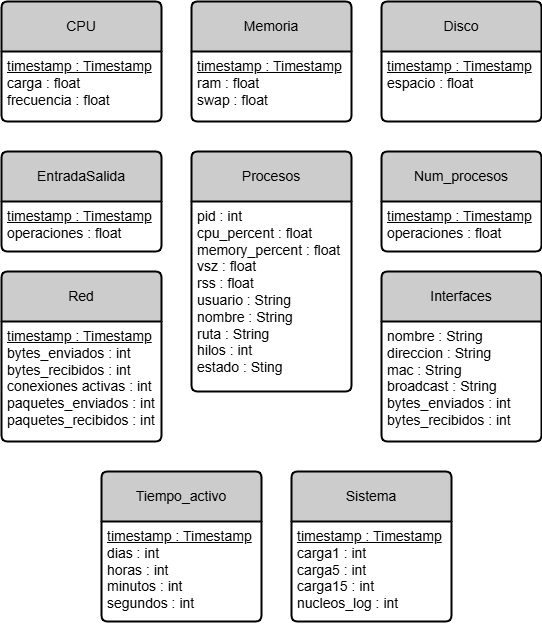
Before: latex/Práctica1_ Grafana/DiagramaDB.png, a diagram exported from draw.io (Diesanz/Grafan_project). Source tidied: cells renumbered, new cells last; positions are measured from the earlier drawing's top-left corner, leaving out a move shared by most shapes. The source it was exported from:
```xml
<mxGraphModel>
  <root>
    <mxCell id="0" />
    <mxCell id="1" parent="0" />
    <mxCell id="2" value="CPU" style="swimlane;horizontal=1;startSize=50;rounded=1;fontSize=14;fontStyle=0;strokeWidth=2;shadow=0;dashed=0;align=center;arcSize=4;whiteSpace=wrap;html=1;fillColor=light-dark(#cccccc, #ededed);" parent="1" vertex="1">
      <mxGeometry width="160" height="120" as="geometry" />
    </mxCell>
    <mxCell id="3" value="&lt;font style=&quot;font-size: 14px;&quot;&gt;&lt;u&gt;timestamp : Timestamp&lt;/u&gt;&lt;br&gt;carga : float&lt;br&gt;frecuencia : float&lt;/font&gt;" style="align=left;strokeColor=none;fillColor=none;spacingLeft=4;fontSize=12;verticalAlign=top;html=1;" parent="2" vertex="1">
      <mxGeometry y="50" width="160" height="70" as="geometry" />
    </mxCell>
    <mxCell id="4" value="Memoria" style="swimlane;horizontal=1;startSize=50;rounded=1;fontSize=14;fontStyle=0;strokeWidth=2;shadow=0;dashed=0;align=center;arcSize=4;whiteSpace=wrap;html=1;fillColor=light-dark(#cccccc, #ededed);" parent="1" vertex="1">
      <mxGeometry x="190" width="160" height="120" as="geometry" />
    </mxCell>
    <mxCell id="5" value="&lt;font style=&quot;font-size: 14px;&quot;&gt;&lt;u&gt;timestamp : Timestamp&lt;/u&gt;&lt;br&gt;ram : float&lt;br&gt;swap : float&lt;/font&gt;" style="align=left;strokeColor=none;fillColor=none;spacingLeft=4;fontSize=12;verticalAlign=top;html=1;" parent="4" vertex="1">
      <mxGeometry y="50" width="160" height="70" as="geometry" />
    </mxCell>
    <mxCell id="6" value="Disco" style="swimlane;horizontal=1;startSize=50;rounded=1;fontSize=14;fontStyle=0;strokeWidth=2;shadow=0;dashed=0;align=center;arcSize=4;whiteSpace=wrap;html=1;fillColor=light-dark(#cccccc, #ededed);" parent="1" vertex="1">
      <mxGeometry x="380" width="160" height="120" as="geometry" />
    </mxCell>
    <mxCell id="7" value="&lt;font style=&quot;font-size: 14px;&quot;&gt;&lt;u&gt;timestamp : Timestamp&lt;/u&gt;&lt;br&gt;espacio : float&lt;br&gt;&lt;br&gt;&lt;/font&gt;" style="align=left;strokeColor=none;fillColor=none;spacingLeft=4;fontSize=12;verticalAlign=top;html=1;" parent="6" vertex="1">
      <mxGeometry y="50" width="160" height="70" as="geometry" />
    </mxCell>
    <mxCell id="8" value="EntradaSalida" style="swimlane;horizontal=1;startSize=50;rounded=1;fontSize=14;fontStyle=0;strokeWidth=2;shadow=0;dashed=0;align=center;arcSize=4;whiteSpace=wrap;html=1;fillColor=light-dark(#cccccc, #ededed);" parent="1" vertex="1">
      <mxGeometry y="150" width="160" height="100" as="geometry" />
    </mxCell>
    <mxCell id="9" value="&lt;font style=&quot;font-size: 14px;&quot;&gt;&lt;u&gt;timestamp : Timestamp&lt;/u&gt;&lt;br&gt;operaciones : float&lt;br&gt;&lt;br&gt;&lt;/font&gt;" style="align=left;strokeColor=none;fillColor=none;spacingLeft=4;fontSize=12;verticalAlign=top;html=1;" parent="8" vertex="1">
      <mxGeometry y="50" width="160" height="50" as="geometry" />
    </mxCell>
    <mxCell id="10" value="Num_procesos" style="swimlane;horizontal=1;startSize=50;rounded=1;fontSize=14;fontStyle=0;strokeWidth=2;shadow=0;dashed=0;align=center;arcSize=4;whiteSpace=wrap;html=1;fillColor=light-dark(#cccccc, #ededed);" parent="1" vertex="1">
      <mxGeometry x="380" y="150" width="160" height="100" as="geometry" />
    </mxCell>
    <mxCell id="11" value="&lt;font style=&quot;font-size: 14px;&quot;&gt;&lt;u&gt;timestamp : Timestamp&lt;/u&gt;&lt;br&gt;operaciones : float&lt;br&gt;&lt;br&gt;&lt;/font&gt;" style="align=left;strokeColor=none;fillColor=none;spacingLeft=4;fontSize=12;verticalAlign=top;html=1;" parent="10" vertex="1">
      <mxGeometry y="50" width="160" height="50" as="geometry" />
    </mxCell>
    <mxCell id="12" value="Procesos" style="swimlane;horizontal=1;startSize=50;rounded=1;fontSize=14;fontStyle=0;strokeWidth=2;shadow=0;dashed=0;align=center;arcSize=4;whiteSpace=wrap;html=1;fillColor=light-dark(#cccccc, #ededed);" parent="1" vertex="1">
      <mxGeometry x="190" y="150" width="160" height="240" as="geometry" />
    </mxCell>
    <mxCell id="13" value="&lt;font style=&quot;font-size: 14px;&quot;&gt;pid : int&lt;/font&gt;&lt;div&gt;&lt;font style=&quot;font-size: 14px;&quot;&gt;cpu_percent : float&lt;/font&gt;&lt;/div&gt;&lt;div&gt;&lt;font style=&quot;font-size: 14px;&quot;&gt;memory_percent : float&lt;/font&gt;&lt;/div&gt;&lt;div&gt;&lt;font style=&quot;font-size: 14px;&quot;&gt;vsz : float&lt;/font&gt;&lt;/div&gt;&lt;div&gt;&lt;font style=&quot;font-size: 14px;&quot;&gt;rss : float&lt;/font&gt;&lt;/div&gt;&lt;div&gt;&lt;font style=&quot;font-size: 14px;&quot;&gt;usuario : String&lt;/font&gt;&lt;/div&gt;&lt;div&gt;&lt;font style=&quot;font-size: 14px;&quot;&gt;nombre : String&lt;/font&gt;&lt;/div&gt;&lt;div&gt;&lt;font style=&quot;font-size: 14px;&quot;&gt;ruta : String&lt;/font&gt;&lt;/div&gt;&lt;div&gt;&lt;font style=&quot;font-size: 14px;&quot;&gt;hilos : int&lt;/font&gt;&lt;/div&gt;&lt;div&gt;&lt;font style=&quot;font-size: 14px;&quot;&gt;estado : Sting&lt;br&gt;&lt;br&gt;&lt;/font&gt;&lt;/div&gt;" style="align=left;strokeColor=none;fillColor=none;spacingLeft=4;fontSize=12;verticalAlign=top;html=1;" parent="12" vertex="1">
      <mxGeometry y="50" width="160" height="190" as="geometry" />
    </mxCell>
    <mxCell id="14" value="Red" style="swimlane;horizontal=1;startSize=50;rounded=1;fontSize=14;fontStyle=0;strokeWidth=2;shadow=0;dashed=0;align=center;arcSize=4;whiteSpace=wrap;html=1;fillColor=light-dark(#cccccc, #ededed);" parent="1" vertex="1">
      <mxGeometry y="270" width="160" height="170" as="geometry" />
    </mxCell>
    <mxCell id="15" value="&lt;font style=&quot;font-size: 14px;&quot;&gt;&lt;u&gt;timestamp : Timestamp&lt;/u&gt;&lt;br&gt;bytes_enviados : int&lt;/font&gt;&lt;div&gt;&lt;font style=&quot;font-size: 14px;&quot;&gt;bytes_recibidos : int&lt;/font&gt;&lt;/div&gt;&lt;div&gt;&lt;font style=&quot;font-size: 14px;&quot;&gt;conexiones activas : int&lt;/font&gt;&lt;/div&gt;&lt;div&gt;&lt;font style=&quot;font-size: 14px;&quot;&gt;paquetes_enviados : int&lt;/font&gt;&lt;/div&gt;&lt;div&gt;&lt;font style=&quot;font-size: 14px;&quot;&gt;paquetes_recibidos : int&lt;/font&gt;&lt;/div&gt;&lt;div&gt;&lt;font style=&quot;font-size: 14px;&quot;&gt;&lt;br&gt;&lt;/font&gt;&lt;/div&gt;" style="align=left;strokeColor=none;fillColor=none;spacingLeft=4;fontSize=12;verticalAlign=top;html=1;" parent="14" vertex="1">
      <mxGeometry y="50" width="160" height="120" as="geometry" />
    </mxCell>
    <mxCell id="16" value="Interfaces" style="swimlane;horizontal=1;startSize=50;rounded=1;fontSize=14;fontStyle=0;strokeWidth=2;shadow=0;dashed=0;align=center;arcSize=4;whiteSpace=wrap;html=1;fillColor=light-dark(#cccccc, #ededed);" parent="1" vertex="1">
      <mxGeometry x="380" y="270" width="160" height="170" as="geometry" />
    </mxCell>
    <mxCell id="17" value="&lt;font style=&quot;font-size: 14px;&quot;&gt;nombre : String&lt;/font&gt;&lt;div&gt;&lt;font style=&quot;font-size: 14px;&quot;&gt;direccion : String&lt;/font&gt;&lt;/div&gt;&lt;div&gt;&lt;font style=&quot;font-size: 14px;&quot;&gt;mac : String&lt;/font&gt;&lt;/div&gt;&lt;div&gt;&lt;font style=&quot;font-size: 14px;&quot;&gt;broadcast : String&lt;/font&gt;&lt;/div&gt;&lt;div&gt;&lt;font style=&quot;font-size: 14px;&quot;&gt;bytes_enviados : int&lt;/font&gt;&lt;/div&gt;&lt;div&gt;&lt;font style=&quot;font-size: 14px;&quot;&gt;bytes_recibidos : int&lt;/font&gt;&lt;/div&gt;&lt;div&gt;&lt;font style=&quot;font-size: 14px;&quot;&gt;&lt;br&gt;&lt;/font&gt;&lt;/div&gt;" style="align=left;strokeColor=none;fillColor=none;spacingLeft=4;fontSize=12;verticalAlign=top;html=1;" parent="16" vertex="1">
      <mxGeometry y="50" width="160" height="120" as="geometry" />
    </mxCell>
    <mxCell id="18" value="Tiempo_activo" style="swimlane;horizontal=1;startSize=50;rounded=1;fontSize=14;fontStyle=0;strokeWidth=2;shadow=0;dashed=0;align=center;arcSize=4;whiteSpace=wrap;html=1;fillColor=light-dark(#cccccc, #ededed);" parent="1" vertex="1">
      <mxGeometry x="100" y="470" width="160" height="150" as="geometry" />
    </mxCell>
    <mxCell id="19" value="&lt;font style=&quot;font-size: 14px;&quot;&gt;&lt;u&gt;timestamp : Timestamp&lt;/u&gt;&lt;br&gt;dias : int&lt;/font&gt;&lt;div&gt;&lt;font style=&quot;font-size: 14px;&quot;&gt;horas : int&lt;/font&gt;&lt;/div&gt;&lt;div&gt;&lt;font style=&quot;font-size: 14px;&quot;&gt;minutos : int&lt;/font&gt;&lt;/div&gt;&lt;div&gt;&lt;font style=&quot;font-size: 14px;&quot;&gt;segundos : int&lt;/font&gt;&lt;/div&gt;&lt;div&gt;&lt;font style=&quot;font-size: 14px;&quot;&gt;&lt;br&gt;&lt;/font&gt;&lt;/div&gt;" style="align=left;strokeColor=none;fillColor=none;spacingLeft=4;fontSize=12;verticalAlign=top;html=1;" parent="18" vertex="1">
      <mxGeometry y="50" width="160" height="100" as="geometry" />
    </mxCell>
    <mxCell id="20" value="Sistema" style="swimlane;horizontal=1;startSize=50;rounded=1;fontSize=14;fontStyle=0;strokeWidth=2;shadow=0;dashed=0;align=center;arcSize=4;whiteSpace=wrap;html=1;fillColor=light-dark(#cccccc, #ededed);" parent="1" vertex="1">
      <mxGeometry x="290" y="470" width="160" height="150" as="geometry" />
    </mxCell>
    <mxCell id="21" value="&lt;font style=&quot;font-size: 14px;&quot;&gt;&lt;u&gt;timestamp : Timestamp&lt;/u&gt;&lt;br&gt;carga1 : int&lt;/font&gt;&lt;div&gt;&lt;font style=&quot;font-size: 14px;&quot;&gt;carga5 : int&lt;/font&gt;&lt;/div&gt;&lt;div&gt;&lt;font style=&quot;font-size: 14px;&quot;&gt;carga15 : int&lt;/font&gt;&lt;/div&gt;&lt;div&gt;&lt;font style=&quot;font-size: 14px;&quot;&gt;nucleos_log : int&lt;/font&gt;&lt;/div&gt;&lt;div&gt;&lt;font style=&quot;font-size: 14px;&quot;&gt;&lt;br&gt;&lt;/font&gt;&lt;/div&gt;" style="align=left;strokeColor=none;fillColor=none;spacingLeft=4;fontSize=12;verticalAlign=top;html=1;" parent="20" vertex="1">
      <mxGeometry y="50" width="160" height="100" as="geometry" />
    </mxCell>
  </root>
</mxGraphModel>
```
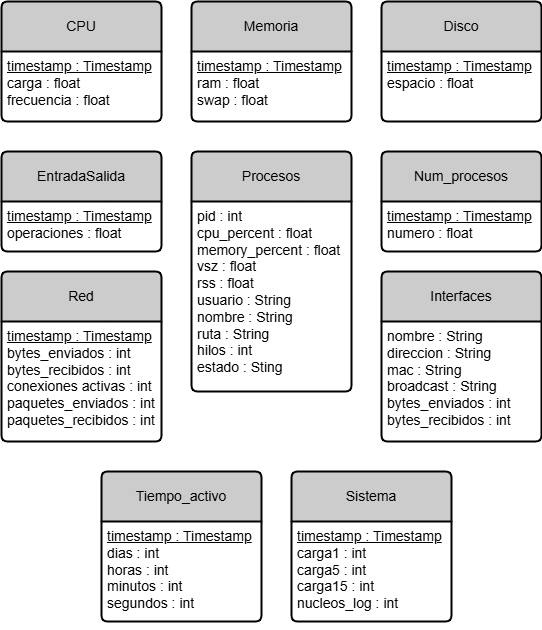
The same file after the commit.

Commit message:
Algunos retoques de los míos y también incoherencias por mi parte. Mas o menos estaría (creo)

What changed in the source:
```diff
@@ -29,7 +29,7 @@
     <mxCell id="10" value="Num_procesos" style="swimlane;horizontal=1;startSize=50;rounded=1;fontSize=14;fontStyle=0;strokeWidth=2;shadow=0;dashed=0;align=center;arcSize=4;whiteSpace=wrap;html=1;fillColor=light-dark(#cccccc, #ededed);" parent="1" vertex="1">
       <mxGeometry x="380" y="150" width="160" height="100" as="geometry" />
     </mxCell>
-    <mxCell id="11" value="&lt;font style=&quot;font-size: 14px;&quot;&gt;&lt;u&gt;timestamp : Timestamp&lt;/u&gt;&lt;br&gt;operaciones : float&lt;br&gt;&lt;br&gt;&lt;/font&gt;" style="align=left;strokeColor=none;fillColor=none;spacingLeft=4;fontSize=12;verticalAlign=top;html=1;" parent="10" vertex="1">
+    <mxCell id="11" value="&lt;font style=&quot;font-size: 14px;&quot;&gt;&lt;u&gt;timestamp : Timestamp&lt;/u&gt;&lt;br&gt;numero : float&lt;br&gt;&lt;br&gt;&lt;/font&gt;" style="align=left;strokeColor=none;fillColor=none;spacingLeft=4;fontSize=12;verticalAlign=top;html=1;" parent="10" vertex="1">
       <mxGeometry y="50" width="160" height="50" as="geometry" />
     </mxCell>
     <mxCell id="12" value="Procesos" style="swimlane;horizontal=1;startSize=50;rounded=1;fontSize=14;fontStyle=0;strokeWidth=2;shadow=0;dashed=0;align=center;arcSize=4;whiteSpace=wrap;html=1;fillColor=light-dark(#cccccc, #ededed);" parent="1" vertex="1">
```
